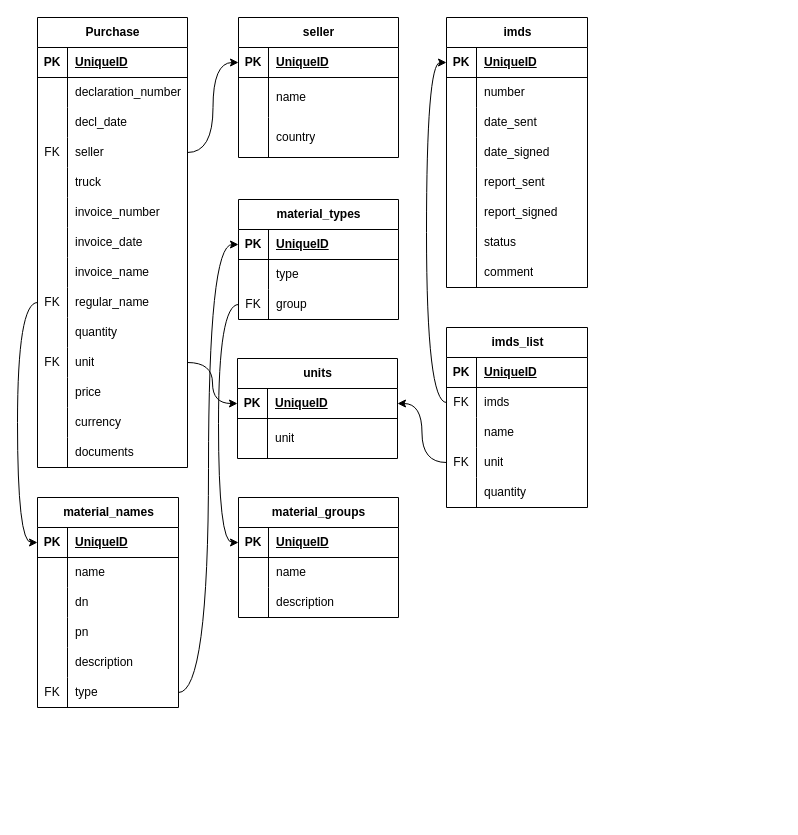
Above: diagrams/awa.drawio in gogicha007/project_AWA (draw.io), before the change. Source tidied: cells renumbered, new cells numbered last; positions are measured from the earlier drawing's top-left corner, leaving out a move shared by most shapes. Both pictures are drawn from the tidied source at 100%, with x=0, y=0 at pixel (37, 17).
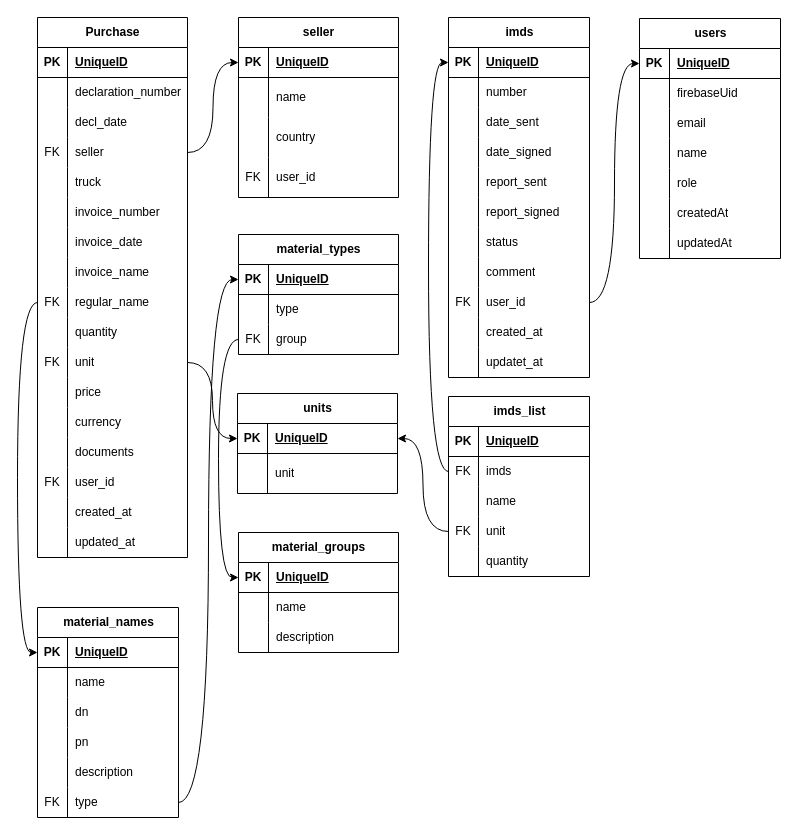
The same diagram, later.

Commit message:
chor: correct db diagrams

The edit, as a diff of the source:
```diff
@@
     <mxCell id="2" value="Purchase" style="shape=table;startSize=30;childLayout=tableLayout;rowLines=0;fontStyle=1;align=center;html=1;" parent="1" vertex="1">
-      <mxGeometry width="150" height="450" as="geometry" />
+      <mxGeometry width="150" height="540" as="geometry" />
     </mxCell>
@@
+    <mxCell id="149" style="shape=tableRow;horizontal=0;startSize=0;swimlaneHead=0;swimlaneBody=0;fillColor=none;top=0;left=0;right=0;bottom=0;" parent="2" vertex="1">
+      <mxGeometry y="450" width="150" height="30" as="geometry" />
+    </mxCell>
+    <mxCell id="150" value="FK" style="shape=partialRectangle;fillColor=none;top=0;left=0;bottom=0;right=0;overflow=hidden;whiteSpace=wrap;html=1;" parent="149" vertex="1">
+      <mxGeometry width="30" height="30" as="geometry" />
+    </mxCell>
+    <mxCell id="151" value="user_id" style="shape=partialRectangle;fillColor=none;top=0;left=0;bottom=0;right=0;align=left;spacingLeft=6;overflow=hidden;whiteSpace=wrap;html=1;" parent="149" vertex="1">
+      <mxGeometry x="30" width="120" height="30" as="geometry" />
+    </mxCell>
+    <mxCell id="152" style="shape=tableRow;horizontal=0;startSize=0;swimlaneHead=0;swimlaneBody=0;fillColor=none;top=0;left=0;right=0;bottom=0;" parent="2" vertex="1">
+      <mxGeometry y="480" width="150" height="30" as="geometry" />
+    </mxCell>
+    <mxCell id="153" style="shape=partialRectangle;fillColor=none;top=0;left=0;bottom=0;right=0;overflow=hidden;whiteSpace=wrap;html=1;" parent="152" vertex="1">
+      <mxGeometry width="30" height="30" as="geometry" />
+    </mxCell>
+    <mxCell id="154" value="created_at" style="shape=partialRectangle;fillColor=none;top=0;left=0;bottom=0;right=0;align=left;spacingLeft=6;overflow=hidden;whiteSpace=wrap;html=1;" parent="152" vertex="1">
+      <mxGeometry x="30" width="120" height="30" as="geometry" />
+    </mxCell>
+    <mxCell id="155" style="shape=tableRow;horizontal=0;startSize=0;swimlaneHead=0;swimlaneBody=0;fillColor=none;top=0;left=0;right=0;bottom=0;" parent="2" vertex="1">
+      <mxGeometry y="510" width="150" height="30" as="geometry" />
+    </mxCell>
+    <mxCell id="156" style="shape=partialRectangle;fillColor=none;top=0;left=0;bottom=0;right=0;overflow=hidden;whiteSpace=wrap;html=1;" parent="155" vertex="1">
+      <mxGeometry width="30" height="30" as="geometry" />
+    </mxCell>
+    <mxCell id="157" value="updated_at" style="shape=partialRectangle;fillColor=none;top=0;left=0;bottom=0;right=0;align=left;spacingLeft=6;overflow=hidden;whiteSpace=wrap;html=1;" parent="155" vertex="1">
+      <mxGeometry x="30" width="120" height="30" as="geometry" />
+    </mxCell>
     <mxCell id="45" value="seller" style="shape=table;startSize=30;childLayout=tableLayout;rowLines=0;fontStyle=1;align=center;html=1;" parent="1" vertex="1">
-      <mxGeometry x="201" width="160" height="140" as="geometry" />
+      <mxGeometry x="201" width="160" height="180" as="geometry" />
     </mxCell>
@@
+    <mxCell id="158" style="shape=tableRow;horizontal=0;startSize=0;swimlaneHead=0;swimlaneBody=0;fillColor=none;top=0;left=0;right=0;bottom=0;" parent="45" vertex="1">
+      <mxGeometry y="140" width="160" height="40" as="geometry" />
+    </mxCell>
+    <mxCell id="159" value="FK" style="shape=partialRectangle;fillColor=none;top=0;left=0;bottom=0;right=0;overflow=hidden;whiteSpace=wrap;html=1;" parent="158" vertex="1">
+      <mxGeometry width="30" height="40" as="geometry" />
+    </mxCell>
+    <mxCell id="160" value="user_id" style="shape=partialRectangle;fillColor=none;top=0;left=0;bottom=0;right=0;align=left;spacingLeft=6;overflow=hidden;whiteSpace=wrap;html=1;" parent="158" vertex="1">
+      <mxGeometry x="30" width="130" height="40" as="geometry" />
+    </mxCell>
@@
     <mxCell id="56" value="imds" style="shape=table;startSize=30;childLayout=tableLayout;rowLines=0;fontStyle=1;align=center;html=1;" parent="1" vertex="1">
-      <mxGeometry x="409" width="141" height="270" as="geometry" />
+      <mxGeometry x="411" width="141" height="360" as="geometry" />
     </mxCell>
@@
+    <mxCell id="161" style="shape=tableRow;horizontal=0;startSize=0;swimlaneHead=0;swimlaneBody=0;fillColor=none;points=[[0,0.5],[1,0.5]];portConstraint=eastwest;top=0;left=0;right=0;bottom=0;" parent="56" vertex="1">
+      <mxGeometry y="270" width="141" height="30" as="geometry" />
+    </mxCell>
+    <mxCell id="162" value="FK" style="shape=partialRectangle;fillColor=none;top=0;left=0;bottom=0;right=0;overflow=hidden;whiteSpace=wrap;html=1;" parent="161" vertex="1">
+      <mxGeometry width="30" height="30" as="geometry" />
+    </mxCell>
+    <mxCell id="163" value="user_id" style="shape=partialRectangle;fillColor=none;top=0;left=0;bottom=0;right=0;align=left;spacingLeft=6;overflow=hidden;whiteSpace=wrap;html=1;" parent="161" vertex="1">
+      <mxGeometry x="30" width="111" height="30" as="geometry" />
+    </mxCell>
+    <mxCell id="164" style="shape=tableRow;horizontal=0;startSize=0;swimlaneHead=0;swimlaneBody=0;fillColor=none;top=0;left=0;right=0;bottom=0;" parent="56" vertex="1">
+      <mxGeometry y="300" width="141" height="30" as="geometry" />
+    </mxCell>
+    <mxCell id="165" style="shape=partialRectangle;fillColor=none;top=0;left=0;bottom=0;right=0;overflow=hidden;whiteSpace=wrap;html=1;" parent="164" vertex="1">
+      <mxGeometry width="30" height="30" as="geometry" />
+    </mxCell>
+    <mxCell id="166" value="created_at" style="shape=partialRectangle;fillColor=none;top=0;left=0;bottom=0;right=0;align=left;spacingLeft=6;overflow=hidden;whiteSpace=wrap;html=1;" parent="164" vertex="1">
+      <mxGeometry x="30" width="111" height="30" as="geometry" />
+    </mxCell>
+    <mxCell id="167" style="shape=tableRow;horizontal=0;startSize=0;swimlaneHead=0;swimlaneBody=0;fillColor=none;top=0;left=0;right=0;bottom=0;" parent="56" vertex="1">
+      <mxGeometry y="330" width="141" height="30" as="geometry" />
+    </mxCell>
+    <mxCell id="168" style="shape=partialRectangle;fillColor=none;top=0;left=0;bottom=0;right=0;overflow=hidden;whiteSpace=wrap;html=1;" parent="167" vertex="1">
+      <mxGeometry width="30" height="30" as="geometry" />
+    </mxCell>
+    <mxCell id="169" value="updatet_at" style="shape=partialRectangle;fillColor=none;top=0;left=0;bottom=0;right=0;align=left;spacingLeft=6;overflow=hidden;whiteSpace=wrap;html=1;" parent="167" vertex="1">
+      <mxGeometry x="30" width="111" height="30" as="geometry" />
+    </mxCell>
     <mxCell id="81" value="imds_list" style="shape=table;startSize=30;childLayout=tableLayout;rowLines=0;fontStyle=1;align=center;html=1;" parent="1" vertex="1">
-      <mxGeometry x="409" y="310" width="141" height="180" as="geometry" />
+      <mxGeometry x="411" y="379" width="141" height="180" as="geometry" />
     </mxCell>
@@
     <mxCell id="97" value="units" style="shape=table;startSize=30;childLayout=tableLayout;rowLines=0;fontStyle=1;align=center;html=1;" parent="1" vertex="1">
-      <mxGeometry x="200" y="341" width="160" height="100" as="geometry" />
+      <mxGeometry x="200" y="376" width="160" height="100" as="geometry" />
     </mxCell>
@@
     <mxCell id="105" value="material_types" style="shape=table;startSize=30;childLayout=tableLayout;rowLines=0;fontStyle=1;align=center;html=1;" parent="1" vertex="1">
-      <mxGeometry x="201" y="182" width="160" height="120" as="geometry" />
+      <mxGeometry x="201" y="217" width="160" height="120" as="geometry" />
     </mxCell>
@@
     <mxCell id="115" value="material_names" style="shape=table;startSize=30;childLayout=tableLayout;rowLines=0;fontStyle=1;align=center;html=1;" parent="1" vertex="1">
-      <mxGeometry y="480" width="141" height="210" as="geometry" />
+      <mxGeometry y="590" width="141" height="210" as="geometry" />
     </mxCell>
@@
     <mxCell id="134" value="material_groups" style="shape=table;startSize=30;childLayout=tableLayout;rowLines=0;fontStyle=1;align=center;html=1;" parent="1" vertex="1">
-      <mxGeometry x="201" y="480" width="160" height="120" as="geometry" />
+      <mxGeometry x="201" y="515" width="160" height="120" as="geometry" />
     </mxCell>
@@
+    <mxCell id="170" value="users" style="shape=table;startSize=30;childLayout=tableLayout;rowLines=0;fontStyle=1;align=center;html=1;" parent="1" vertex="1">
+      <mxGeometry x="602" y="1" width="141" height="240" as="geometry" />
+    </mxCell>
+    <mxCell id="171" style="shape=tableRow;horizontal=0;startSize=0;swimlaneHead=0;swimlaneBody=0;fillColor=none;points=[[0,0.5],[1,0.5]];portConstraint=eastwest;top=0;left=0;right=0;bottom=1;" parent="170" vertex="1">
+      <mxGeometry y="30" width="141" height="30" as="geometry" />
+    </mxCell>
+    <mxCell id="172" value="PK" style="shape=partialRectangle;fillColor=none;top=0;left=0;bottom=0;right=0;fontStyle=1;overflow=hidden;whiteSpace=wrap;html=1;" parent="171" vertex="1">
+      <mxGeometry width="30" height="30" as="geometry" />
+    </mxCell>
+    <mxCell id="173" value="UniqueID" style="shape=partialRectangle;fillColor=none;top=0;left=0;bottom=0;right=0;align=left;spacingLeft=6;fontStyle=5;overflow=hidden;whiteSpace=wrap;html=1;" parent="171" vertex="1">
+      <mxGeometry x="30" width="111" height="30" as="geometry" />
+    </mxCell>
+    <mxCell id="174" style="shape=tableRow;horizontal=0;startSize=0;swimlaneHead=0;swimlaneBody=0;fillColor=none;top=0;left=0;right=0;bottom=0;" parent="170" vertex="1">
+      <mxGeometry y="60" width="141" height="30" as="geometry" />
+    </mxCell>
+    <mxCell id="175" style="shape=partialRectangle;fillColor=none;top=0;left=0;bottom=0;right=0;overflow=hidden;whiteSpace=wrap;html=1;" parent="174" vertex="1">
+      <mxGeometry width="30" height="30" as="geometry" />
+    </mxCell>
+    <mxCell id="176" value="firebaseUid" style="shape=partialRectangle;fillColor=none;top=0;left=0;bottom=0;right=0;align=left;spacingLeft=6;overflow=hidden;whiteSpace=wrap;html=1;" parent="174" vertex="1">
+      <mxGeometry x="30" width="111" height="30" as="geometry" />
+    </mxCell>
+    <mxCell id="177" style="shape=tableRow;horizontal=0;startSize=0;swimlaneHead=0;swimlaneBody=0;fillColor=none;top=0;left=0;right=0;bottom=0;" parent="170" vertex="1">
+      <mxGeometry y="90" width="141" height="30" as="geometry" />
+    </mxCell>
+    <mxCell id="178" style="shape=partialRectangle;fillColor=none;top=0;left=0;bottom=0;right=0;overflow=hidden;whiteSpace=wrap;html=1;" parent="177" vertex="1">
+      <mxGeometry width="30" height="30" as="geometry" />
+    </mxCell>
+    <mxCell id="179" value="email" style="shape=partialRectangle;fillColor=none;top=0;left=0;bottom=0;right=0;align=left;spacingLeft=6;overflow=hidden;whiteSpace=wrap;html=1;" parent="177" vertex="1">
+      <mxGeometry x="30" width="111" height="30" as="geometry" />
+    </mxCell>
+    <mxCell id="180" style="shape=tableRow;horizontal=0;startSize=0;swimlaneHead=0;swimlaneBody=0;fillColor=none;top=0;left=0;right=0;bottom=0;" parent="170" vertex="1">
+      <mxGeometry y="120" width="141" height="30" as="geometry" />
+    </mxCell>
+    <mxCell id="181" style="shape=partialRectangle;fillColor=none;top=0;left=0;bottom=0;right=0;overflow=hidden;whiteSpace=wrap;html=1;" parent="180" vertex="1">
+      <mxGeometry width="30" height="30" as="geometry" />
+    </mxCell>
+    <mxCell id="182" value="name" style="shape=partialRectangle;fillColor=none;top=0;left=0;bottom=0;right=0;align=left;spacingLeft=6;overflow=hidden;whiteSpace=wrap;html=1;" parent="180" vertex="1">
+      <mxGeometry x="30" width="111" height="30" as="geometry" />
+    </mxCell>
+    <mxCell id="183" style="shape=tableRow;horizontal=0;startSize=0;swimlaneHead=0;swimlaneBody=0;fillColor=none;top=0;left=0;right=0;bottom=0;" parent="170" vertex="1">
+      <mxGeometry y="150" width="141" height="30" as="geometry" />
+    </mxCell>
+    <mxCell id="184" style="shape=partialRectangle;fillColor=none;top=0;left=0;bottom=0;right=0;overflow=hidden;whiteSpace=wrap;html=1;" parent="183" vertex="1">
+      <mxGeometry width="30" height="30" as="geometry" />
+    </mxCell>
+    <mxCell id="185" value="role" style="shape=partialRectangle;fillColor=none;top=0;left=0;bottom=0;right=0;align=left;spacingLeft=6;overflow=hidden;whiteSpace=wrap;html=1;" parent="183" vertex="1">
+      <mxGeometry x="30" width="111" height="30" as="geometry" />
+    </mxCell>
+    <mxCell id="186" style="shape=tableRow;horizontal=0;startSize=0;swimlaneHead=0;swimlaneBody=0;fillColor=none;top=0;left=0;right=0;bottom=0;" parent="170" vertex="1">
+      <mxGeometry y="180" width="141" height="30" as="geometry" />
+    </mxCell>
+    <mxCell id="187" style="shape=partialRectangle;fillColor=none;top=0;left=0;bottom=0;right=0;overflow=hidden;whiteSpace=wrap;html=1;" parent="186" vertex="1">
+      <mxGeometry width="30" height="30" as="geometry" />
+    </mxCell>
+    <mxCell id="188" value="createdAt" style="shape=partialRectangle;fillColor=none;top=0;left=0;bottom=0;right=0;align=left;spacingLeft=6;overflow=hidden;whiteSpace=wrap;html=1;" parent="186" vertex="1">
+      <mxGeometry x="30" width="111" height="30" as="geometry" />
+    </mxCell>
+    <mxCell id="189" style="shape=tableRow;horizontal=0;startSize=0;swimlaneHead=0;swimlaneBody=0;fillColor=none;top=0;left=0;right=0;bottom=0;" parent="170" vertex="1">
+      <mxGeometry y="210" width="141" height="30" as="geometry" />
+    </mxCell>
+    <mxCell id="190" style="shape=partialRectangle;fillColor=none;top=0;left=0;bottom=0;right=0;overflow=hidden;whiteSpace=wrap;html=1;" parent="189" vertex="1">
+      <mxGeometry width="30" height="30" as="geometry" />
+    </mxCell>
+    <mxCell id="191" value="updatedAt" style="shape=partialRectangle;fillColor=none;top=0;left=0;bottom=0;right=0;align=left;spacingLeft=6;overflow=hidden;whiteSpace=wrap;html=1;" parent="189" vertex="1">
+      <mxGeometry x="30" width="111" height="30" as="geometry" />
+    </mxCell>
+    <mxCell id="192" style="edgeStyle=orthogonalEdgeStyle;html=1;entryX=0;entryY=0.5;entryDx=0;entryDy=0;curved=1;" parent="1" edge="1" source="161" target="171">
+      <mxGeometry relative="1" as="geometry" />
+    </mxCell>
```
